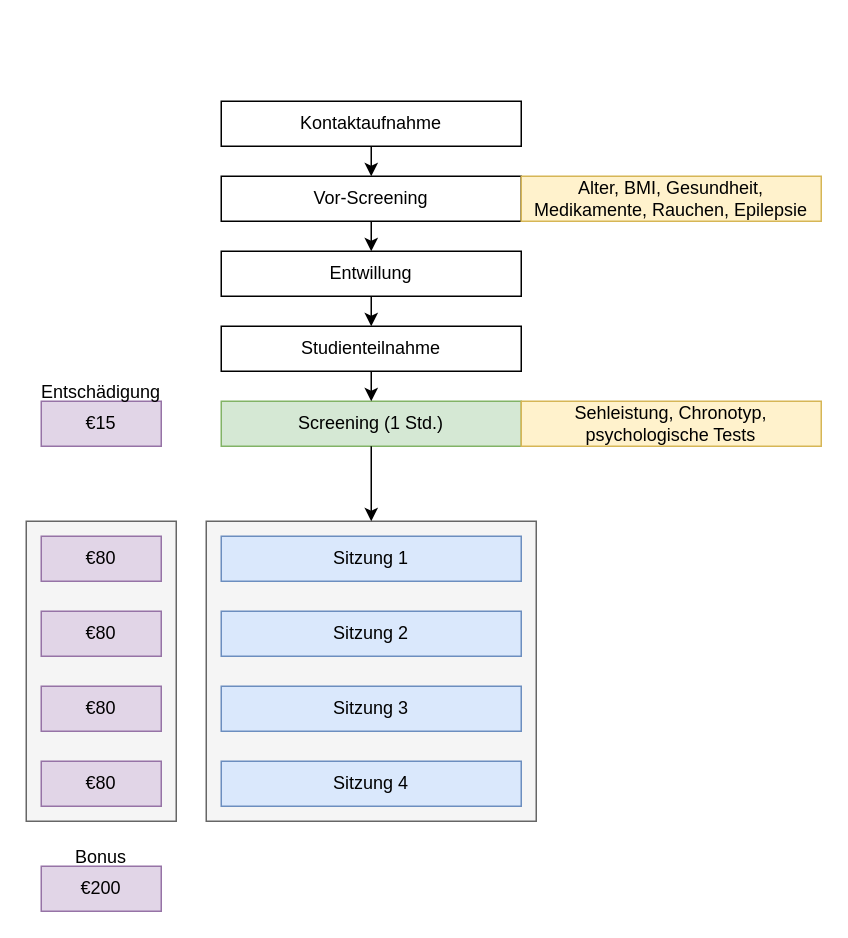
Before: Copy of binocular_study_figure1.drawio in tscnlab/study_diagrams, a draw.io diagram. Source tidied: cells renumbered, new cells numbered last; positions are measured from the earlier drawing's top-left corner, leaving out a move shared by most shapes. Both pictures are drawn from the tidied source at 150%, with x=0, y=0 at pixel (26, 100).
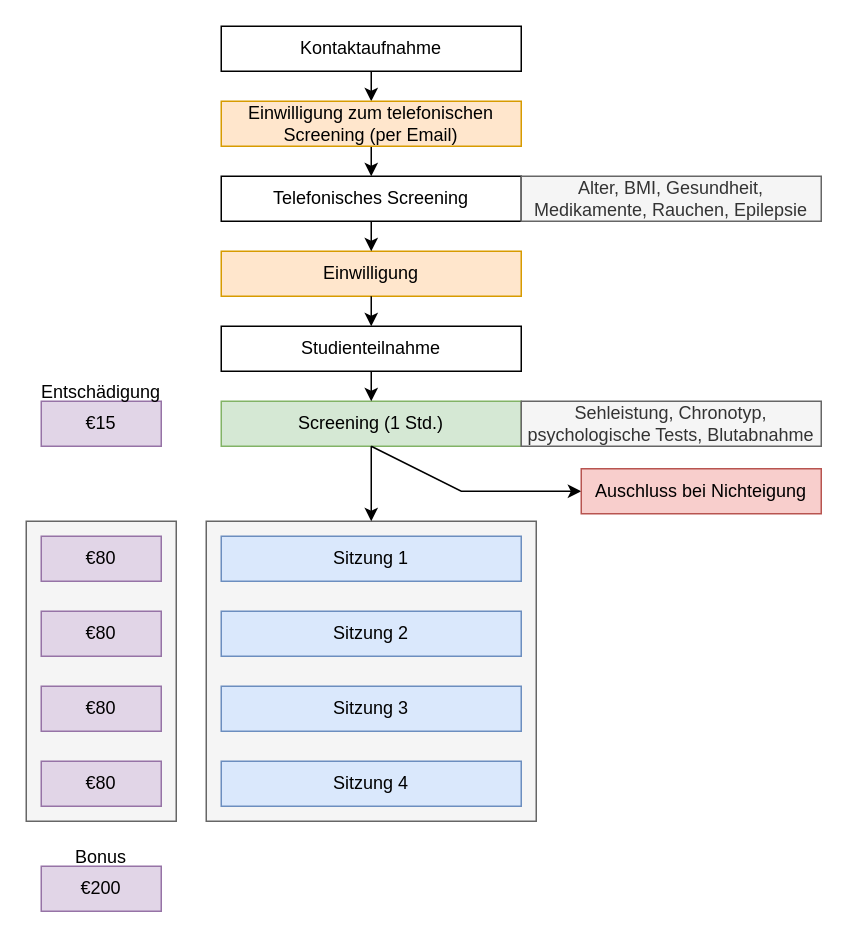
After the change.

The edit, as a diff of the source:
```diff
@@
     <mxCell id="3" value="Kontaktaufnahme" style="rounded=0;whiteSpace=wrap;html=1;" parent="1" vertex="1">
-      <mxGeometry x="130" width="200" height="30" as="geometry" />
+      <mxGeometry x="130" y="-50" width="200" height="30" as="geometry" />
     </mxCell>
-    <mxCell id="4" value="Entwillung" style="rounded=0;whiteSpace=wrap;html=1;" parent="1" vertex="1">
+    <mxCell id="4" value="Einwilligung" style="rounded=0;whiteSpace=wrap;html=1;fillColor=#ffe6cc;strokeColor=#d79b00;" parent="1" vertex="1">
       <mxGeometry x="130" y="100" width="200" height="30" as="geometry" />
     </mxCell>
@@
-    <mxCell id="7" value="&lt;div&gt;Vor-Screening&lt;br&gt;&lt;/div&gt;" style="rounded=0;whiteSpace=wrap;html=1;" parent="1" vertex="1">
+    <mxCell id="7" value="Telefonisches Screening" style="rounded=0;whiteSpace=wrap;html=1;" parent="1" vertex="1">
       <mxGeometry x="130" y="50" width="200" height="30" as="geometry" />
     </mxCell>
-    <mxCell id="8" value="Alter, BMI, Gesundheit, Medikamente, Rauchen, Epilepsie" style="rounded=0;whiteSpace=wrap;html=1;fillColor=#fff2cc;strokeColor=#d6b656;" parent="1" vertex="1">
+    <mxCell id="8" value="Alter, BMI, Gesundheit, Medikamente, Rauchen, Epilepsie" style="rounded=0;whiteSpace=wrap;html=1;fillColor=#f5f5f5;strokeColor=#666666;fontColor=#333333;" parent="1" vertex="1">
       <mxGeometry x="330" y="50" width="200" height="30" as="geometry" />
     </mxCell>
-    <mxCell id="9" value="&lt;div&gt;Sehleistung, Chronotyp,&lt;/div&gt;&lt;div&gt;psychologische Tests&lt;br&gt;&lt;/div&gt;" style="rounded=0;whiteSpace=wrap;html=1;fillColor=#fff2cc;strokeColor=#d6b656;" parent="1" vertex="1">
+    <mxCell id="9" value="&lt;div&gt;Sehleistung, Chronotyp,&lt;/div&gt;&lt;div&gt;psychologische Tests, Blutabnahme&lt;br&gt;&lt;/div&gt;" style="rounded=0;whiteSpace=wrap;html=1;fillColor=#f5f5f5;strokeColor=#666666;fontColor=#333333;" parent="1" vertex="1">
       <mxGeometry x="330" y="200" width="200" height="30" as="geometry" />
     </mxCell>
@@
-    <mxCell id="11" style="endArrow=classic;html=1;rounded=0;exitX=0.5;exitY=1;exitDx=0;exitDy=0;" parent="1" edge="1" source="3" target="7">
+    <mxCell id="11" style="endArrow=classic;html=1;rounded=0;exitX=0.5;exitY=1;exitDx=0;exitDy=0;entryX=0.5;entryY=0;entryDx=0;entryDy=0;" parent="1" edge="1" source="3" target="29">
       <mxGeometry relative="1" as="geometry" />
     </mxCell>
@@
+    <mxCell id="28" style="edgeStyle=orthogonalEdgeStyle;rounded=0;jettySize=auto;html=1;exitX=0.5;exitY=1;exitDx=0;exitDy=0;entryX=0.5;entryY=0;entryDx=0;entryDy=0;" parent="1" edge="1" source="29" target="7">
+      <mxGeometry relative="1" as="geometry" />
+    </mxCell>
+    <mxCell id="29" value="Einwilligung zum telefonischen Screening (per Email)" style="rounded=0;whiteSpace=wrap;html=1;fillColor=#ffe6cc;strokeColor=#d79b00;" parent="1" vertex="1">
+      <mxGeometry x="130" width="200" height="30" as="geometry" />
+    </mxCell>
+    <mxCell id="30" style="endArrow=classic;html=1;rounded=0;" parent="1" edge="1">
+      <mxGeometry relative="1" as="geometry">
+        <mxPoint x="230" y="230" as="sourcePoint" />
+        <mxPoint x="370" y="260" as="targetPoint" />
+        <Array as="points">
+          <mxPoint x="290" y="260" />
+        </Array>
+      </mxGeometry>
+    </mxCell>
+    <mxCell id="31" value="Auschluss bei Nichteigung" style="rounded=0;whiteSpace=wrap;html=1;fillColor=#f8cecc;strokeColor=#b85450;" parent="1" vertex="1">
+      <mxGeometry x="370" y="245" width="160" height="30" as="geometry" />
+    </mxCell>
```
